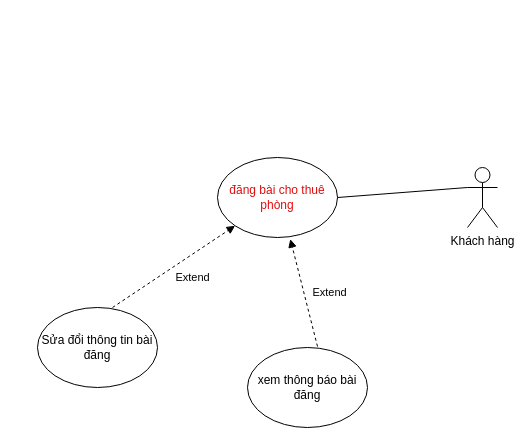
Earlier version of the draw.io diagram page "Page-4" (4 of 6) of usecase.drawio (Uechi123/PTTKHTTT). Source tidied: cells renumbered, new cells numbered last; positions are measured from the earlier drawing's top-left corner, leaving out a move shared by most shapes. Both pictures are drawn from the tidied source at 100%, with x=0, y=0 at pixel (37, 157).
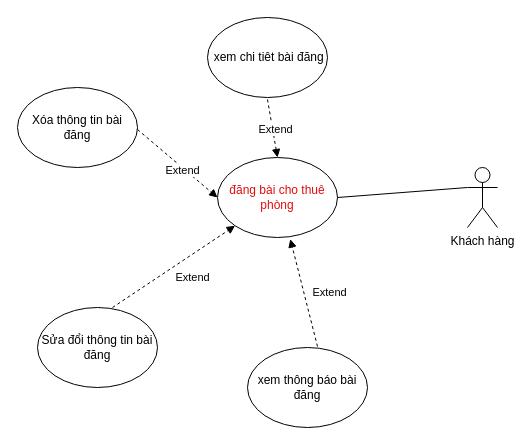
The same diagram, later.

The change refers to these unchanged cells:
```xml
<mxCell id="2" value="đăng bài cho thuê phòng" style="ellipse;whiteSpace=wrap;html=1;fontColor=#e10e0e;" parent="1" vertex="1">
  <mxGeometry x="180" width="120" height="80" as="geometry" />
</mxCell>
```

What changed in the source:
```diff
@@
+    <mxCell id="11" value="Xóa thông tin bài đăng" style="ellipse;whiteSpace=wrap;html=1;" parent="1" vertex="1">
+      <mxGeometry x="-20" y="-70" width="120" height="80" as="geometry" />
+    </mxCell>
+    <mxCell id="12" style="endArrow=block;html=1;rounded=0;entryX=0;entryY=0.5;entryDx=0;entryDy=0;dashed=1;startArrow=none;startFill=0;endFill=1;exitX=1;exitY=0.5;exitDx=0;exitDy=0;" parent="1" edge="1" target="2">
+      <mxGeometry relative="1" as="geometry">
+        <mxPoint x="100" y="-28" as="sourcePoint" />
+      </mxGeometry>
+    </mxCell>
+    <mxCell id="13" value="Extend" style="edgeLabel;html=1;align=center;verticalAlign=middle;" parent="12" vertex="1">
+      <mxGeometry x="-0.04" y="-11" relative="1" as="geometry">
+        <mxPoint x="14" as="offset" />
+      </mxGeometry>
+    </mxCell>
+    <mxCell id="14" value="&amp;nbsp;xem chi tiêt bài đăng" style="ellipse;whiteSpace=wrap;html=1;" parent="1" vertex="1">
+      <mxGeometry x="170" y="-140" width="120" height="80" as="geometry" />
+    </mxCell>
+    <mxCell id="15" style="endArrow=block;html=1;rounded=0;entryX=0.5;entryY=0;entryDx=0;entryDy=0;dashed=1;startArrow=none;startFill=0;endFill=1;exitX=1;exitY=0.5;exitDx=0;exitDy=0;" parent="1" edge="1" target="2">
+      <mxGeometry relative="1" as="geometry">
+        <mxPoint x="230" y="-58" as="sourcePoint" />
+      </mxGeometry>
+    </mxCell>
+    <mxCell id="16" value="Extend" style="edgeLabel;html=1;align=center;verticalAlign=middle;" parent="15" vertex="1">
+      <mxGeometry x="-0.04" y="-11" relative="1" as="geometry">
+        <mxPoint x="14" as="offset" />
+      </mxGeometry>
+    </mxCell>
```
